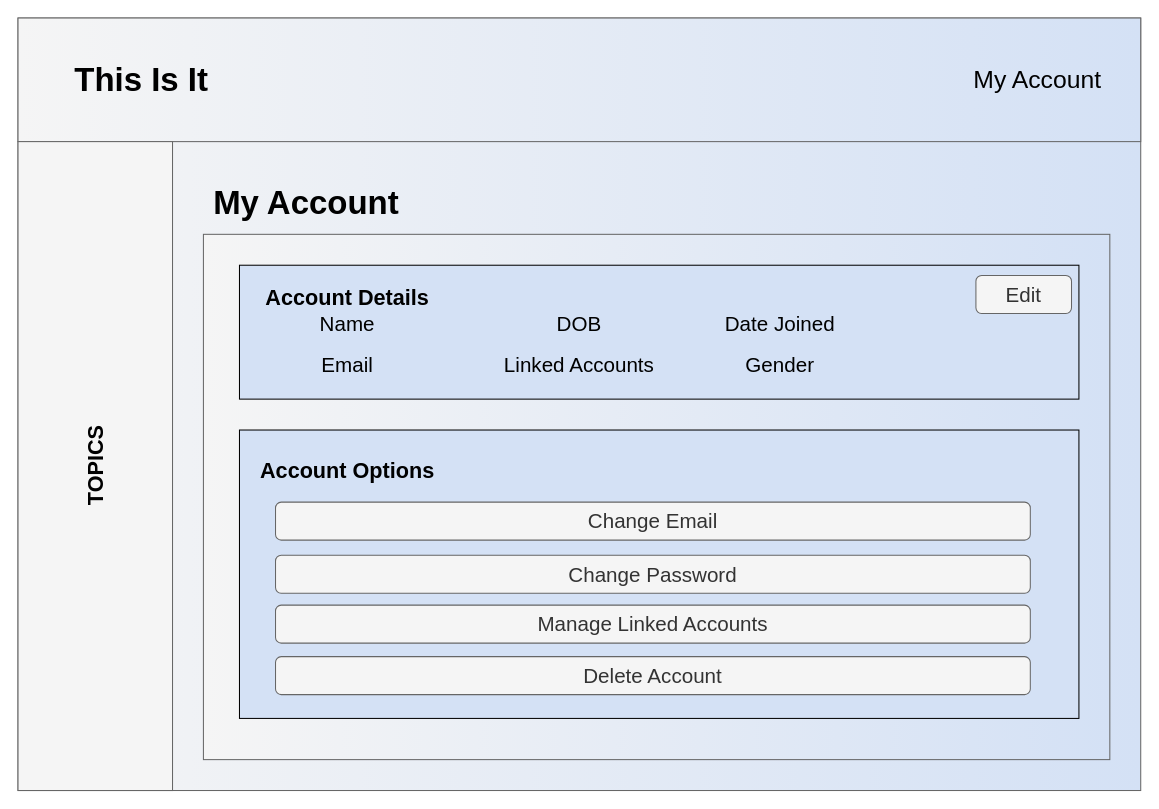
Before: page "My Account" (2 of 6) of Documents/Storyboard/Storyboard.drawio in EvanWard29/COMP3006-NewsletterService, a draw.io diagram. Source tidied: cells renumbered, new cells numbered last; positions are measured from the earlier drawing's top-left corner, leaving out a move shared by most shapes. Both pictures are drawn from the tidied source at 103%, with x=0, y=0 at pixel (18, 18).
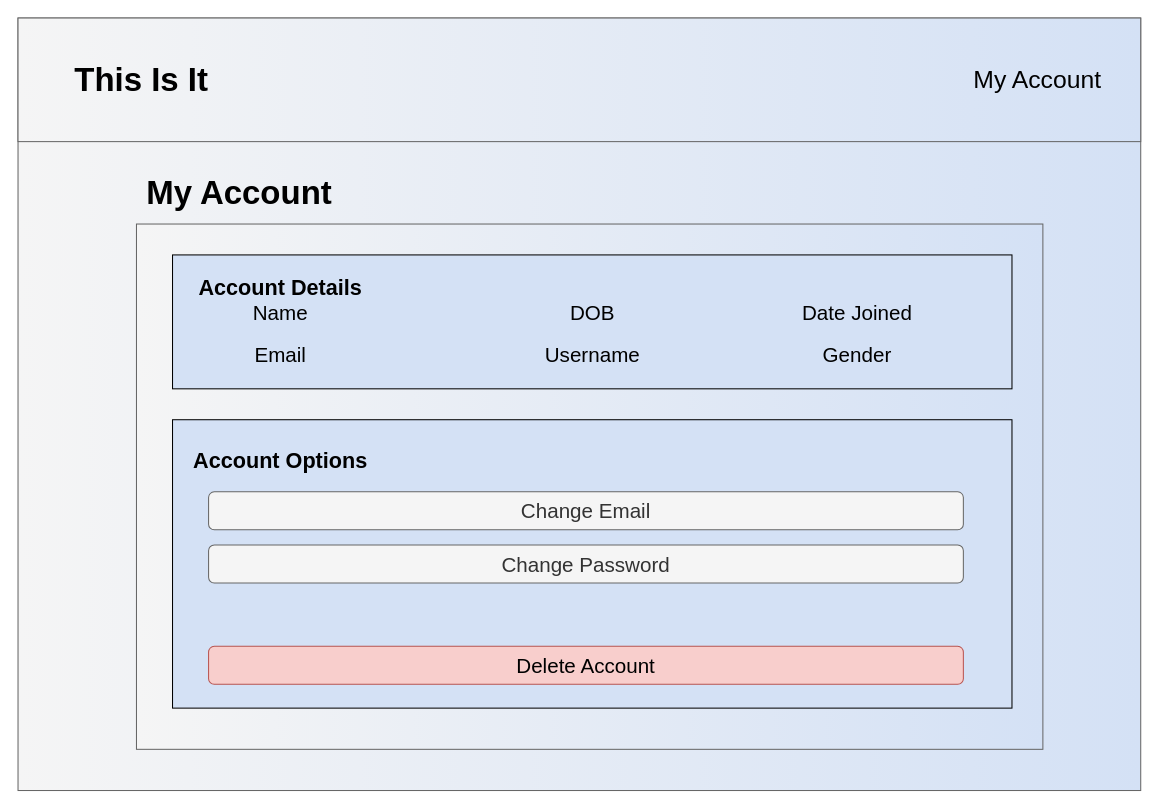
After the change.

Change to the diagram source:
```diff
@@
-    <mxCell id="4" style="rounded=0;whiteSpace=wrap;html=1;fillColor=#f5f5f5;strokeColor=#666666;fontColor=#333333;" parent="1" vertex="1">
-      <mxGeometry y="120" width="150" height="630" as="geometry" />
-    </mxCell>
-    <mxCell id="5" value="TOPICS" style="text;html=1;strokeColor=none;fillColor=none;align=center;verticalAlign=middle;whiteSpace=wrap;rounded=0;rotation=-90;fontSize=21;fontStyle=1;" parent="1" vertex="1">
-      <mxGeometry x="22.5" y="418.8" width="105" height="32.5" as="geometry" />
-    </mxCell>
@@
+    <mxCell id="25" style="group;" parent="1" vertex="1">
+      <mxGeometry x="115" y="150" width="880" height="560" as="geometry" />
+    </mxCell>
-    <mxCell id="8" value="My Account" style="text;html=1;strokeColor=none;fillColor=none;align=center;verticalAlign=middle;whiteSpace=wrap;rounded=0;shadow=0;glass=0;labelBackgroundColor=none;sketch=0;fontSize=32;fontStyle=1;" parent="1" vertex="1">
-      <mxGeometry x="180" y="160" width="200" height="40" as="geometry" />
+    <mxCell id="8" value="My Account" style="text;html=1;strokeColor=none;fillColor=none;align=center;verticalAlign=middle;whiteSpace=wrap;rounded=0;shadow=0;glass=0;labelBackgroundColor=none;sketch=0;fontSize=32;fontStyle=1;" parent="25" vertex="1">
+      <mxGeometry width="200" height="40" as="geometry" />
     </mxCell>
-    <mxCell id="9" style="rounded=0;whiteSpace=wrap;html=1;shadow=0;glass=0;labelBackgroundColor=none;sketch=0;fontSize=32;gradientDirection=east;fillColor=#f5f5f5;strokeColor=#666666;fontColor=#333333;gradientColor=#D4E1F5;" parent="1" vertex="1">
-      <mxGeometry x="180" y="210" width="880" height="510" as="geometry" />
+    <mxCell id="9" style="rounded=0;whiteSpace=wrap;html=1;shadow=0;glass=0;labelBackgroundColor=none;sketch=0;fontSize=32;gradientDirection=east;fillColor=#f5f5f5;strokeColor=#666666;fontColor=#333333;gradientColor=#D4E1F5;" parent="25" vertex="1">
+      <mxGeometry y="50" width="880" height="510" as="geometry" />
     </mxCell>
-    <mxCell id="10" style="rounded=0;whiteSpace=wrap;html=1;shadow=0;glass=0;labelBackgroundColor=none;sketch=0;fillColor=#D4E1F5;gradientColor=none;fontSize=32;" parent="1" vertex="1">
-      <mxGeometry x="215" y="240" width="815" height="130" as="geometry" />
+    <mxCell id="10" style="rounded=0;whiteSpace=wrap;html=1;shadow=0;glass=0;labelBackgroundColor=none;sketch=0;fillColor=#D4E1F5;gradientColor=none;fontSize=32;" parent="25" vertex="1">
+      <mxGeometry x="35" y="80" width="815" height="130" as="geometry" />
     </mxCell>
-    <mxCell id="11" value="Account Details" style="text;html=1;strokeColor=none;fillColor=none;align=center;verticalAlign=middle;whiteSpace=wrap;rounded=0;rotation=0;fontSize=21;fontStyle=1;" parent="1" vertex="1">
-      <mxGeometry x="230" y="250" width="180" height="41.2" as="geometry" />
+    <mxCell id="11" value="Account Details" style="text;html=1;strokeColor=none;fillColor=none;align=center;verticalAlign=middle;whiteSpace=wrap;rounded=0;rotation=0;fontSize=21;fontStyle=1;" parent="25" vertex="1">
+      <mxGeometry x="50" y="90" width="180" height="41.2" as="geometry" />
     </mxCell>
-    <mxCell id="12" style="rounded=0;whiteSpace=wrap;html=1;shadow=0;glass=0;labelBackgroundColor=none;sketch=0;fillColor=#D4E1F5;gradientColor=none;fontSize=32;" parent="1" vertex="1">
-      <mxGeometry x="215" y="400" width="815" height="280" as="geometry" />
+    <mxCell id="12" style="rounded=0;whiteSpace=wrap;html=1;shadow=0;glass=0;labelBackgroundColor=none;sketch=0;fillColor=#D4E1F5;gradientColor=none;fontSize=32;" parent="25" vertex="1">
+      <mxGeometry x="35" y="240" width="815" height="280" as="geometry" />
     </mxCell>
-    <mxCell id="13" value="Account Options" style="text;html=1;strokeColor=none;fillColor=none;align=center;verticalAlign=middle;whiteSpace=wrap;rounded=0;rotation=0;fontSize=21;fontStyle=1;" parent="1" vertex="1">
-      <mxGeometry x="230" y="418.8" width="180" height="41.2" as="geometry" />
+    <mxCell id="13" value="Account Options" style="text;html=1;strokeColor=none;fillColor=none;align=center;verticalAlign=middle;whiteSpace=wrap;rounded=0;rotation=0;fontSize=21;fontStyle=1;" parent="25" vertex="1">
+      <mxGeometry x="50" y="258.8" width="180" height="41.2" as="geometry" />
     </mxCell>
-    <mxCell id="14" value="Change Email" style="rounded=1;html=1;shadow=0;dashed=0;whiteSpace=wrap;fontSize=20;align=center;glass=0;labelBackgroundColor=none;sketch=0;fillColor=#f5f5f5;strokeColor=#666666;fontColor=#333333;" parent="1" vertex="1">
-      <mxGeometry x="250" y="470" width="732.8" height="36.9" as="geometry" />
+    <mxCell id="14" value="Change Email" style="rounded=1;html=1;shadow=0;dashed=0;whiteSpace=wrap;fontSize=20;align=center;glass=0;labelBackgroundColor=none;sketch=0;fillColor=#f5f5f5;strokeColor=#666666;fontColor=#333333;" parent="25" vertex="1">
+      <mxGeometry x="70" y="310" width="732.8" height="36.9" as="geometry" />
     </mxCell>
-    <mxCell id="15" value="Change Password" style="rounded=1;html=1;shadow=0;dashed=0;whiteSpace=wrap;fontSize=20;align=center;glass=0;labelBackgroundColor=none;sketch=0;fillColor=#f5f5f5;strokeColor=#666666;fontColor=#333333;" parent="1" vertex="1">
-      <mxGeometry x="250" y="521.6" width="732.8" height="36.9" as="geometry" />
+    <mxCell id="15" value="Change Password" style="rounded=1;html=1;shadow=0;dashed=0;whiteSpace=wrap;fontSize=20;align=center;glass=0;labelBackgroundColor=none;sketch=0;fillColor=#f5f5f5;strokeColor=#666666;fontColor=#333333;" parent="25" vertex="1">
+      <mxGeometry x="70" y="361.6" width="732.8" height="36.9" as="geometry" />
     </mxCell>
-    <mxCell id="16" value="Manage Linked Accounts" style="rounded=1;html=1;shadow=0;dashed=0;whiteSpace=wrap;fontSize=20;align=center;glass=0;labelBackgroundColor=none;sketch=0;fillColor=#f5f5f5;strokeColor=#666666;fontColor=#333333;" parent="1" vertex="1">
-      <mxGeometry x="250" y="570" width="732.8" height="36.9" as="geometry" />
-    </mxCell>
-    <mxCell id="17" value="Delete Account" style="rounded=1;html=1;shadow=0;dashed=0;whiteSpace=wrap;fontSize=20;align=center;glass=0;labelBackgroundColor=none;sketch=0;fillColor=#f5f5f5;strokeColor=#666666;fontColor=#333333;" parent="1" vertex="1">
-      <mxGeometry x="250" y="620" width="732.8" height="36.9" as="geometry" />
+    <mxCell id="17" value="Delete Account" style="rounded=1;html=1;shadow=0;dashed=0;whiteSpace=wrap;fontSize=20;align=center;glass=0;labelBackgroundColor=none;sketch=0;fillColor=#f8cecc;strokeColor=#b85450;" parent="25" vertex="1">
+      <mxGeometry x="70" y="460" width="732.8" height="36.9" as="geometry" />
     </mxCell>
-    <mxCell id="18" value="Name" style="text;html=1;strokeColor=none;fillColor=none;align=center;verticalAlign=middle;whiteSpace=wrap;rounded=0;shadow=0;glass=0;labelBackgroundColor=none;sketch=0;fontSize=20;" parent="1" vertex="1">
-      <mxGeometry x="240" y="280" width="160" height="31.2" as="geometry" />
+    <mxCell id="18" value="Name" style="text;html=1;strokeColor=none;fillColor=none;align=center;verticalAlign=middle;whiteSpace=wrap;rounded=0;shadow=0;glass=0;labelBackgroundColor=none;sketch=0;fontSize=20;" parent="25" vertex="1">
+      <mxGeometry x="60" y="120" width="160" height="31.2" as="geometry" />
     </mxCell>
-    <mxCell id="19" value="Email" style="text;html=1;strokeColor=none;fillColor=none;align=center;verticalAlign=middle;whiteSpace=wrap;rounded=0;shadow=0;glass=0;labelBackgroundColor=none;sketch=0;fontSize=20;" parent="1" vertex="1">
-      <mxGeometry x="240" y="320" width="160" height="31.2" as="geometry" />
+    <mxCell id="19" value="Email" style="text;html=1;strokeColor=none;fillColor=none;align=center;verticalAlign=middle;whiteSpace=wrap;rounded=0;shadow=0;glass=0;labelBackgroundColor=none;sketch=0;fontSize=20;" parent="25" vertex="1">
+      <mxGeometry x="60" y="160" width="160" height="31.2" as="geometry" />
     </mxCell>
-    <mxCell id="20" value="DOB" style="text;html=1;strokeColor=none;fillColor=none;align=center;verticalAlign=middle;whiteSpace=wrap;rounded=0;shadow=0;glass=0;labelBackgroundColor=none;sketch=0;fontSize=20;" parent="1" vertex="1">
-      <mxGeometry x="465" y="280" width="160" height="31.2" as="geometry" />
+    <mxCell id="20" value="DOB" style="text;html=1;strokeColor=none;fillColor=none;align=center;verticalAlign=middle;whiteSpace=wrap;rounded=0;shadow=0;glass=0;labelBackgroundColor=none;sketch=0;fontSize=20;" parent="25" vertex="1">
+      <mxGeometry x="362.5" y="120" width="160" height="31.2" as="geometry" />
     </mxCell>
-    <mxCell id="21" value="Linked Accounts" style="text;html=1;strokeColor=none;fillColor=none;align=center;verticalAlign=middle;whiteSpace=wrap;rounded=0;shadow=0;glass=0;labelBackgroundColor=none;sketch=0;fontSize=20;" parent="1" vertex="1">
-      <mxGeometry x="465" y="320" width="160" height="31.2" as="geometry" />
+    <mxCell id="21" value="Username" style="text;html=1;strokeColor=none;fillColor=none;align=center;verticalAlign=middle;whiteSpace=wrap;rounded=0;shadow=0;glass=0;labelBackgroundColor=none;sketch=0;fontSize=20;" parent="25" vertex="1">
+      <mxGeometry x="362.5" y="160" width="160" height="31.2" as="geometry" />
     </mxCell>
-    <mxCell id="22" value="Edit" style="rounded=1;html=1;shadow=0;dashed=0;whiteSpace=wrap;fontSize=20;align=center;glass=0;labelBackgroundColor=none;sketch=0;fillColor=#f5f5f5;strokeColor=#666666;fontColor=#333333;" parent="1" vertex="1">
-      <mxGeometry x="930" y="250" width="92.8" height="36.9" as="geometry" />
-    </mxCell>
-    <mxCell id="23" value="Date Joined" style="text;html=1;strokeColor=none;fillColor=none;align=center;verticalAlign=middle;whiteSpace=wrap;rounded=0;shadow=0;glass=0;labelBackgroundColor=none;sketch=0;fontSize=20;" parent="1" vertex="1">
-      <mxGeometry x="660" y="280" width="160" height="31.2" as="geometry" />
+    <mxCell id="23" value="Date Joined" style="text;html=1;strokeColor=none;fillColor=none;align=center;verticalAlign=middle;whiteSpace=wrap;rounded=0;shadow=0;glass=0;labelBackgroundColor=none;sketch=0;fontSize=20;" parent="25" vertex="1">
+      <mxGeometry x="620" y="120" width="160" height="31.2" as="geometry" />
     </mxCell>
-    <mxCell id="24" value="Gender" style="text;html=1;strokeColor=none;fillColor=none;align=center;verticalAlign=middle;whiteSpace=wrap;rounded=0;shadow=0;glass=0;labelBackgroundColor=none;sketch=0;fontSize=20;" parent="1" vertex="1">
-      <mxGeometry x="660" y="320" width="160" height="31.2" as="geometry" />
+    <mxCell id="24" value="Gender" style="text;html=1;strokeColor=none;fillColor=none;align=center;verticalAlign=middle;whiteSpace=wrap;rounded=0;shadow=0;glass=0;labelBackgroundColor=none;sketch=0;fontSize=20;" parent="25" vertex="1">
+      <mxGeometry x="620" y="160" width="160" height="31.2" as="geometry" />
     </mxCell>
```
